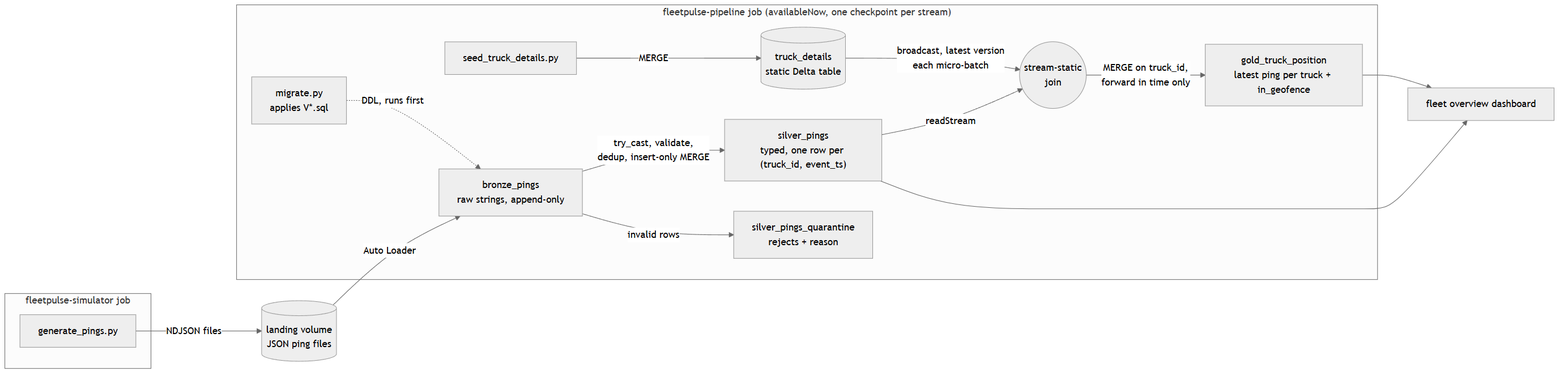
The Mermaid diagram docs/architecture.png in kamillarasulovaengineer-glitch/fleetpulse-lakehouse, before a commit. Its source is kept beside it as docs/architecture.mmd.
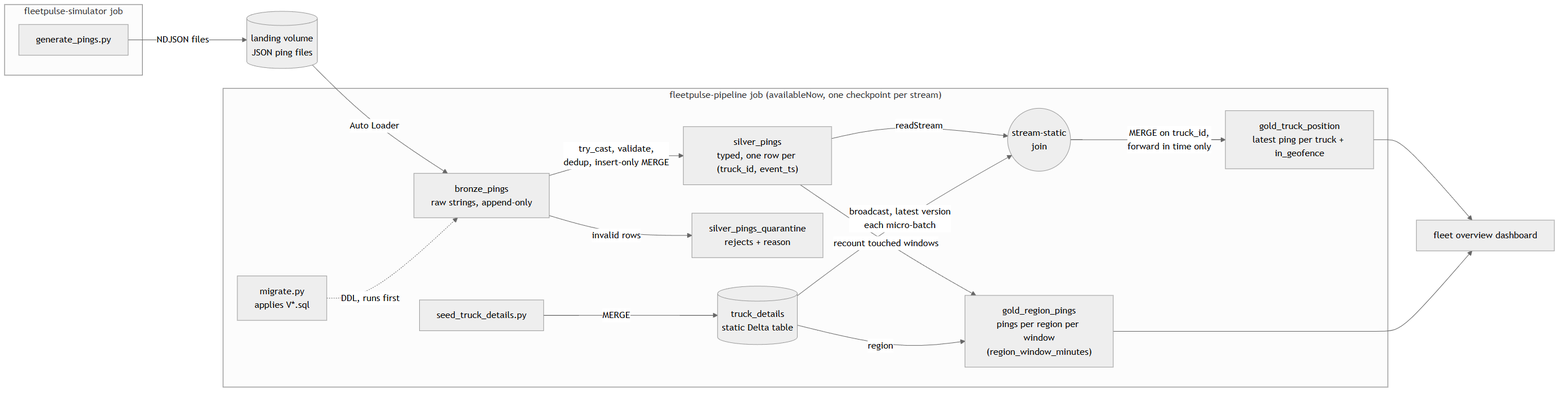
After the change.

Commit message:
Document configuration variables and the region window table

Change to the diagram source:
```diff
@@ -15,6 +15,7 @@
         trucks[("truck_details<br/>static Delta table")]
         join(("stream-static<br/>join"))
         gold["gold_truck_position<br/>latest ping per truck + in_geofence"]
+        goldwin["gold_region_pings<br/>pings per region per window<br/>(region_window_minutes)"]
     end
 
     dashboard["fleet overview dashboard"]
@@ -28,5 +29,7 @@
     trucks -->|"broadcast, latest version<br/>each micro-batch"| join
     join -->|"MERGE on truck_id,<br/>forward in time only"| gold
     migrate -.->|"DDL, runs first"| bronze
+    silver -->|"recount touched windows"| goldwin
+    trucks -->|"region"| goldwin
     gold --> dashboard
-    silver --> dashboard
+    goldwin --> dashboard
```
